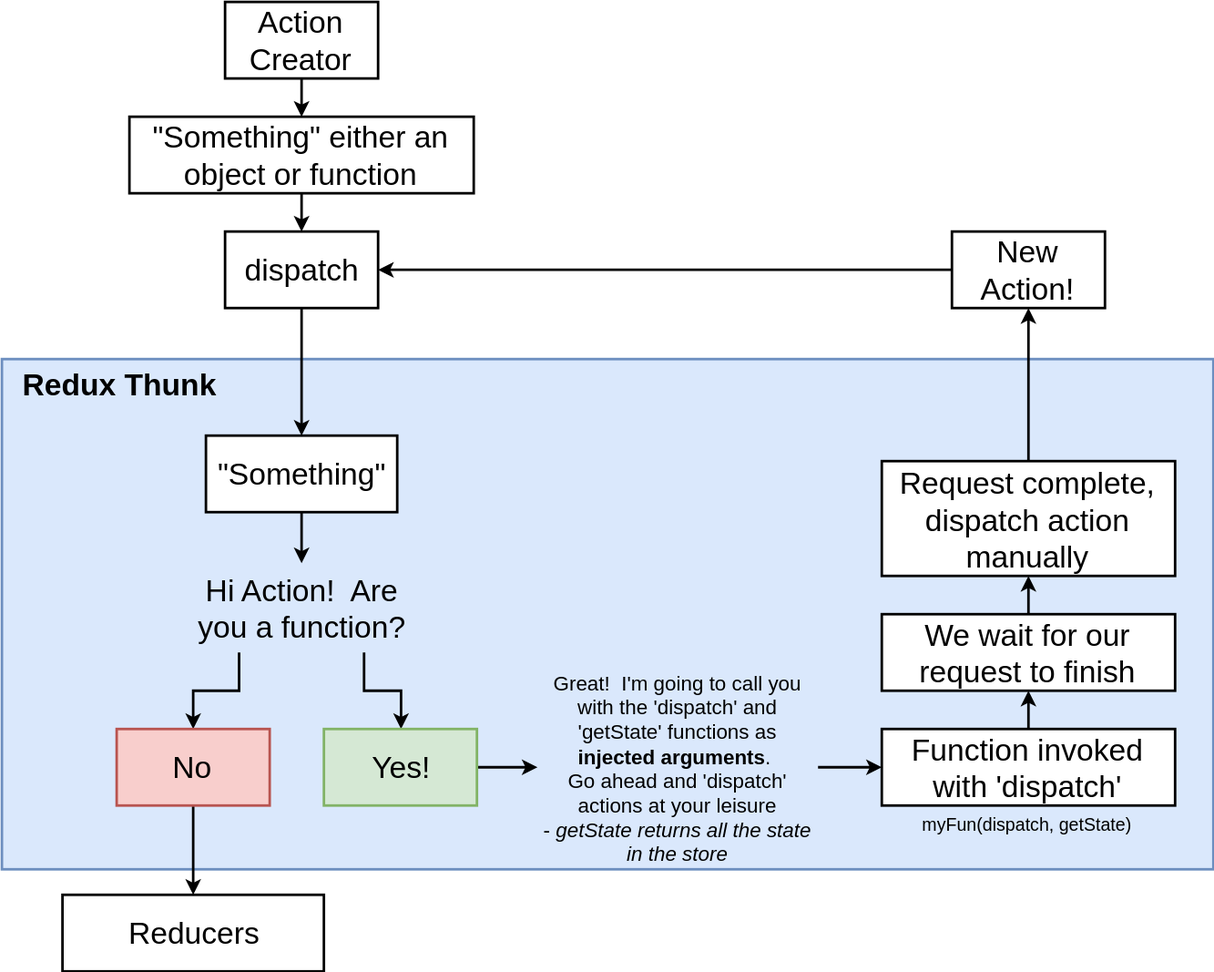
This is diagrams/redux-thunk-how-it-works.svg from serodriguez68/react-cheatsheet-udemy-2019, a draw.io export, as it was before one commit. Source tidied: cells renumbered, new cells last; positions are measured from the earlier drawing's top-left corner, leaving out a move shared by most shapes.
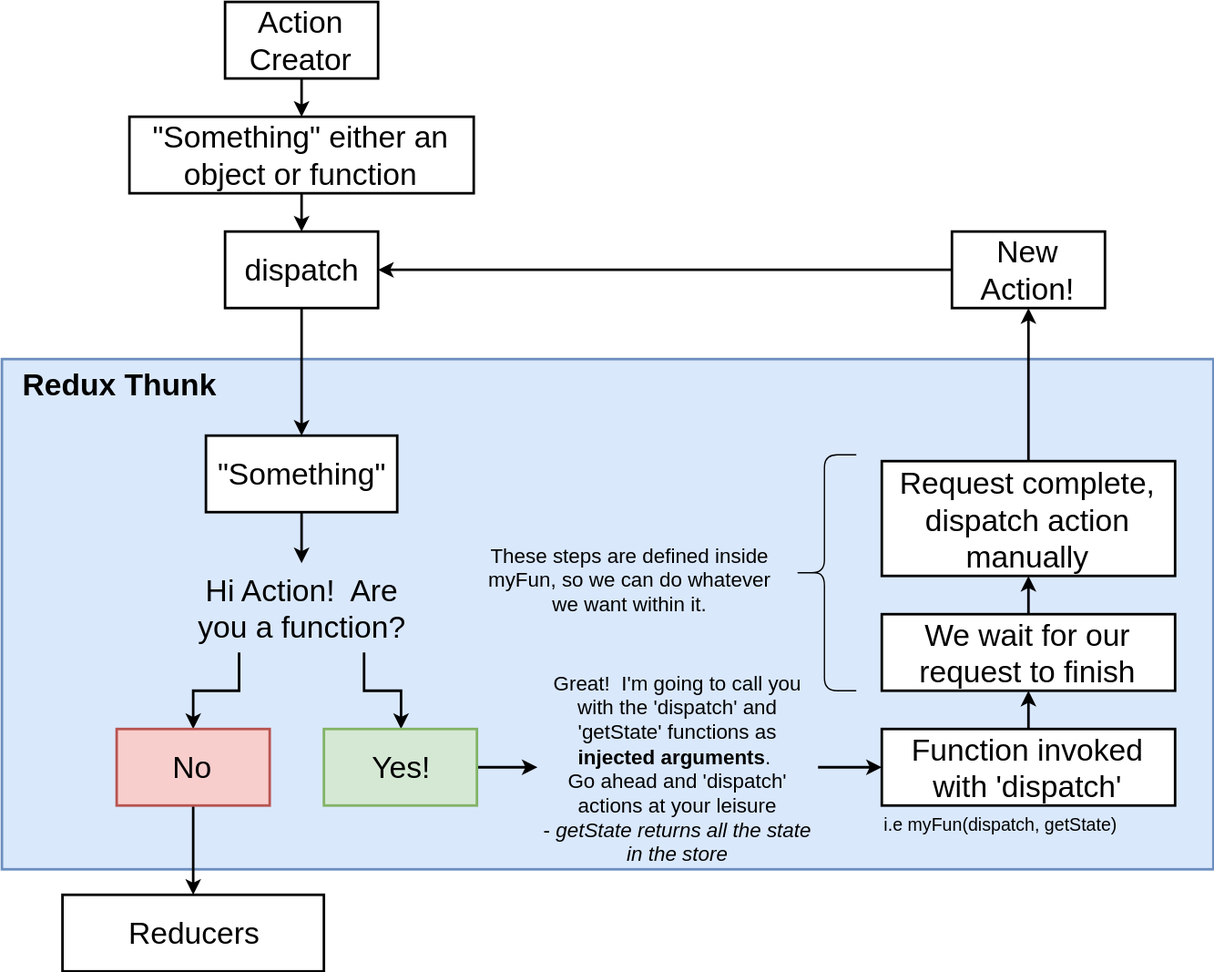
The same diagram one commit later.

The edit, as a diff of the source:
```diff
@@ -86,8 +86,14 @@
     <mxCell id="29" value="New Action!" style="rounded=0;whiteSpace=wrap;html=1;strokeWidth=2;fillColor=#ffffff;fontSize=24;align=center;" parent="1" vertex="1">
       <mxGeometry x="745" y="180" width="120" height="60" as="geometry" />
     </mxCell>
-    <mxCell id="30" value="myFun(dispatch, getState)" style="text;html=1;fontSize=14;" parent="1" vertex="1">
-      <mxGeometry x="720" y="630" width="170" height="30" as="geometry" />
+    <mxCell id="30" value="i.e myFun(dispatch, getState)" style="text;html=1;fontSize=14;" parent="1" vertex="1">
+      <mxGeometry x="690" y="630" width="170" height="30" as="geometry" />
     </mxCell>
+    <mxCell id="31" style="shape=curlyBracket;whiteSpace=wrap;html=1;rounded=1;fontSize=14;" parent="1" vertex="1">
+      <mxGeometry x="620" y="355" width="50" height="185" as="geometry" />
+    </mxCell>
+    <mxCell id="32" value="These steps are defined inside myFun, so we can do whatever we want within it." style="text;html=1;strokeColor=none;fillColor=none;align=center;verticalAlign=middle;whiteSpace=wrap;rounded=0;fontSize=16;" parent="1" vertex="1">
+      <mxGeometry x="370" y="425" width="245" height="55" as="geometry" />
+    </mxCell>
   </root>
 </mxGraphModel>
```
